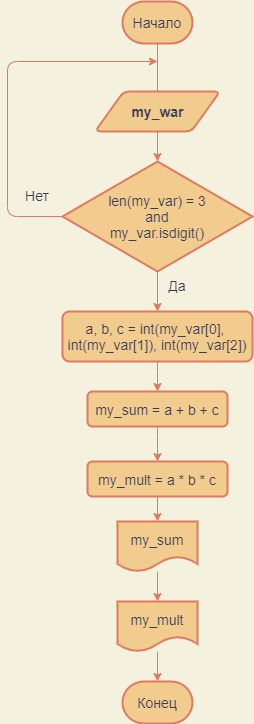
This is exercise_1.png from impreza555/Python_algorithms, a draw.io export, as it was before one commit. Source tidied: cells renumbered, new cells last; positions are measured from the earlier drawing's top-left corner, leaving out a move shared by most shapes. Source of this version:
```xml
<mxGraphModel background="#F4F1DE">
  <root>
    <mxCell id="0" />
    <mxCell id="1" parent="0" />
    <mxCell id="2" style="edgeStyle=orthogonalEdgeStyle;jettySize=auto;html=1;entryX=0.5;entryY=0;entryDx=0;entryDy=0;entryPerimeter=0;startArrow=none;labelBackgroundColor=#F4F1DE;strokeColor=#E07A5F;fontColor=#393C56;" parent="1" edge="1" source="7" target="6">
      <mxGeometry relative="1" as="geometry" />
    </mxCell>
    <mxCell id="3" value="&lt;font style=&quot;font-size: 14px&quot;&gt;Начало&lt;/font&gt;" style="strokeWidth=2;html=1;shape=mxgraph.flowchart.terminator;whiteSpace=wrap;rounded=1;fillColor=#F2CC8F;strokeColor=#E07A5F;fontColor=#393C56;" parent="1" vertex="1">
      <mxGeometry x="115" width="70" height="42" as="geometry" />
    </mxCell>
    <mxCell id="4" style="edgeStyle=orthogonalEdgeStyle;jettySize=auto;html=1;exitX=0;exitY=0.5;exitDx=0;exitDy=0;exitPerimeter=0;labelBackgroundColor=#F4F1DE;strokeColor=#E07A5F;fontColor=#393C56;" parent="1" edge="1" source="6">
      <mxGeometry relative="1" as="geometry">
        <mxPoint x="150" y="60" as="targetPoint" />
        <Array as="points">
          <mxPoint y="215" />
          <mxPoint y="60" />
        </Array>
      </mxGeometry>
    </mxCell>
    <mxCell id="5" style="edgeStyle=orthogonalEdgeStyle;jettySize=auto;html=1;labelBackgroundColor=#F4F1DE;strokeColor=#E07A5F;fontColor=#393C56;" parent="1" edge="1" source="6" target="11">
      <mxGeometry relative="1" as="geometry" />
    </mxCell>
    <mxCell id="6" value="&lt;font style=&quot;font-size: 14px&quot;&gt;len(my_var) = 3&lt;br&gt;and&lt;br&gt;my_var.isdigit()&lt;br&gt;&lt;/font&gt;" style="strokeWidth=2;html=1;shape=mxgraph.flowchart.decision;whiteSpace=wrap;fontSize=14;rounded=1;fillColor=#F2CC8F;strokeColor=#E07A5F;fontColor=#393C56;" parent="1" vertex="1">
      <mxGeometry x="55" y="160" width="190" height="110" as="geometry" />
    </mxCell>
    <mxCell id="7" value="&lt;font style=&quot;font-size: 14px&quot;&gt;&lt;b&gt;my_war&lt;/b&gt;&lt;/font&gt;" style="shape=parallelogram;html=1;strokeWidth=2;perimeter=parallelogramPerimeter;whiteSpace=wrap;arcSize=12;size=0.23;rounded=1;fillColor=#F2CC8F;strokeColor=#E07A5F;fontColor=#393C56;" parent="1" vertex="1">
      <mxGeometry x="87.5" y="90" width="125" height="40" as="geometry" />
    </mxCell>
    <mxCell id="8" style="edgeStyle=orthogonalEdgeStyle;jettySize=auto;html=1;entryX=0.5;entryY=0;entryDx=0;entryDy=0;entryPerimeter=0;endArrow=none;labelBackgroundColor=#F4F1DE;strokeColor=#E07A5F;fontColor=#393C56;" parent="1" edge="1" source="3" target="7">
      <mxGeometry relative="1" as="geometry" />
    </mxCell>
    <mxCell id="9" value="&lt;font style=&quot;font-size: 14px&quot;&gt;Нет&lt;/font&gt;" style="text;whiteSpace=wrap;html=1;align=center;rounded=1;fontColor=#393C56;" parent="1" vertex="1">
      <mxGeometry x="10" y="180" width="40" height="30" as="geometry" />
    </mxCell>
    <mxCell id="10" style="edgeStyle=orthogonalEdgeStyle;jettySize=auto;html=1;labelBackgroundColor=#F4F1DE;strokeColor=#E07A5F;fontColor=#393C56;" parent="1" edge="1" source="11" target="13">
      <mxGeometry relative="1" as="geometry" />
    </mxCell>
    <mxCell id="11" value="&lt;font style=&quot;font-size: 14px&quot;&gt;a, b, c = int(my_var[0],&amp;nbsp; int(my_var[1]), int(my_var[2])&lt;/font&gt;" style="whiteSpace=wrap;html=1;absoluteArcSize=1;arcSize=14;strokeWidth=2;align=center;rounded=1;fillColor=#F2CC8F;strokeColor=#E07A5F;fontColor=#393C56;" parent="1" vertex="1">
      <mxGeometry x="55" y="310" width="190" height="50" as="geometry" />
    </mxCell>
    <mxCell id="12" style="edgeStyle=orthogonalEdgeStyle;jettySize=auto;html=1;labelBackgroundColor=#F4F1DE;strokeColor=#E07A5F;fontColor=#393C56;" parent="1" edge="1" source="13" target="16">
      <mxGeometry relative="1" as="geometry" />
    </mxCell>
    <mxCell id="13" value="&lt;font style=&quot;font-size: 14px&quot;&gt;my_sum = a + b + c&lt;/font&gt;" style="whiteSpace=wrap;html=1;strokeWidth=2;arcSize=14;rounded=1;fillColor=#F2CC8F;strokeColor=#E07A5F;fontColor=#393C56;" parent="1" vertex="1">
      <mxGeometry x="80" y="390" width="140" height="35" as="geometry" />
    </mxCell>
    <mxCell id="14" value="&lt;span style=&quot;font-size: 14px&quot;&gt;Да&lt;/span&gt;" style="text;whiteSpace=wrap;html=1;align=center;rounded=1;fontColor=#393C56;" parent="1" vertex="1">
      <mxGeometry x="150" y="270" width="40" height="30" as="geometry" />
    </mxCell>
    <mxCell id="15" style="edgeStyle=orthogonalEdgeStyle;jettySize=auto;html=1;labelBackgroundColor=#F4F1DE;strokeColor=#E07A5F;fontColor=#393C56;" parent="1" edge="1" source="16" target="18">
      <mxGeometry relative="1" as="geometry" />
    </mxCell>
    <mxCell id="16" value="&lt;font style=&quot;font-size: 14px&quot;&gt;my_mult = a * b * c&lt;/font&gt;" style="whiteSpace=wrap;html=1;strokeWidth=2;arcSize=14;rounded=1;fillColor=#F2CC8F;strokeColor=#E07A5F;fontColor=#393C56;" parent="1" vertex="1">
      <mxGeometry x="80" y="460" width="140" height="35" as="geometry" />
    </mxCell>
    <mxCell id="17" style="edgeStyle=orthogonalEdgeStyle;jettySize=auto;html=1;labelBackgroundColor=#F4F1DE;strokeColor=#E07A5F;fontColor=#393C56;" parent="1" edge="1" source="18" target="20">
      <mxGeometry relative="1" as="geometry" />
    </mxCell>
    <mxCell id="18" value="&lt;font style=&quot;font-size: 14px&quot;&gt;my_sum&lt;/font&gt;" style="shape=document;whiteSpace=wrap;html=1;boundedLbl=1;strokeWidth=2;arcSize=14;rounded=1;fillColor=#F2CC8F;strokeColor=#E07A5F;fontColor=#393C56;" parent="1" vertex="1">
      <mxGeometry x="110" y="520" width="80" height="50" as="geometry" />
    </mxCell>
    <mxCell id="19" style="edgeStyle=orthogonalEdgeStyle;jettySize=auto;html=1;labelBackgroundColor=#F4F1DE;strokeColor=#E07A5F;fontColor=#393C56;" parent="1" edge="1" source="20" target="21">
      <mxGeometry relative="1" as="geometry" />
    </mxCell>
    <mxCell id="20" value="&lt;font style=&quot;font-size: 14px&quot;&gt;my_mult&lt;/font&gt;" style="shape=document;whiteSpace=wrap;html=1;boundedLbl=1;strokeWidth=2;arcSize=14;rounded=1;fillColor=#F2CC8F;strokeColor=#E07A5F;fontColor=#393C56;" parent="1" vertex="1">
      <mxGeometry x="110" y="600" width="80" height="50" as="geometry" />
    </mxCell>
    <mxCell id="21" value="&lt;span style=&quot;font-size: 14px&quot;&gt;Конец&lt;/span&gt;" style="strokeWidth=2;html=1;shape=mxgraph.flowchart.terminator;whiteSpace=wrap;rounded=1;fillColor=#F2CC8F;strokeColor=#E07A5F;fontColor=#393C56;" parent="1" vertex="1">
      <mxGeometry x="115" y="680" width="70" height="42" as="geometry" />
    </mxCell>
  </root>
</mxGraphModel>
```
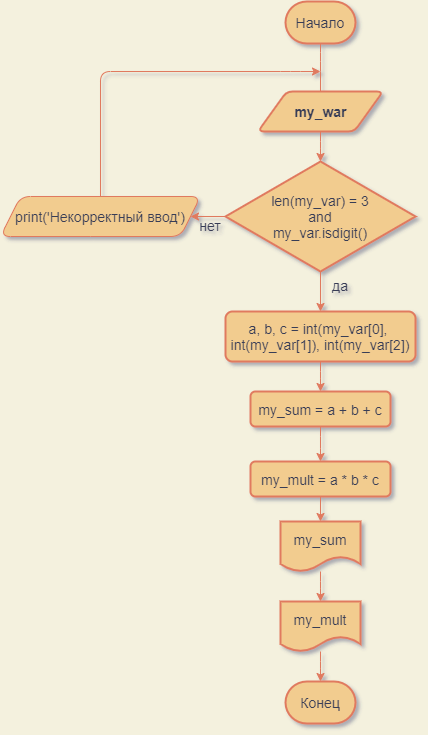
After the change.

Change to the diagram source:
```diff
@@ -1,72 +1,83 @@
 <mxGraphModel background="#F4F1DE">
   <root>
-    <mxCell id="0" />
-    <mxCell id="1" parent="0" />
+    <mxCell id="22" />
+    <mxCell id="23" parent="22" />
-    <mxCell id="2" style="edgeStyle=orthogonalEdgeStyle;jettySize=auto;html=1;entryX=0.5;entryY=0;entryDx=0;entryDy=0;entryPerimeter=0;startArrow=none;labelBackgroundColor=#F4F1DE;strokeColor=#E07A5F;fontColor=#393C56;" parent="1" edge="1" source="7" target="6">
+    <mxCell id="2" style="edgeStyle=orthogonalEdgeStyle;jettySize=auto;html=1;entryX=0.5;entryY=0;entryDx=0;entryDy=0;entryPerimeter=0;startArrow=none;fontColor=#393C56;fillColor=#F2CC8F;strokeColor=#E07A5F;labelBackgroundColor=#F4F1DE;" parent="23" edge="1" source="7" target="6">
       <mxGeometry relative="1" as="geometry" />
     </mxCell>
-    <mxCell id="3" value="&lt;font style=&quot;font-size: 14px&quot;&gt;Начало&lt;/font&gt;" style="strokeWidth=2;html=1;shape=mxgraph.flowchart.terminator;whiteSpace=wrap;rounded=1;fillColor=#F2CC8F;strokeColor=#E07A5F;fontColor=#393C56;" parent="1" vertex="1">
+    <mxCell id="3" value="&lt;font style=&quot;font-size: 14px&quot;&gt;Начало&lt;/font&gt;" style="strokeWidth=2;html=1;shape=mxgraph.flowchart.terminator;whiteSpace=wrap;fillColor=#F2CC8F;strokeColor=#E07A5F;fontColor=#393C56;rounded=1;" parent="23" vertex="1">
       <mxGeometry x="115" width="70" height="42" as="geometry" />
     </mxCell>
-    <mxCell id="4" style="edgeStyle=orthogonalEdgeStyle;jettySize=auto;html=1;exitX=0;exitY=0.5;exitDx=0;exitDy=0;exitPerimeter=0;labelBackgroundColor=#F4F1DE;strokeColor=#E07A5F;fontColor=#393C56;" parent="1" edge="1" source="6">
-      <mxGeometry relative="1" as="geometry">
-        <mxPoint x="150" y="60" as="targetPoint" />
-        <Array as="points">
-          <mxPoint y="215" />
-          <mxPoint y="60" />
-        </Array>
-      </mxGeometry>
-    </mxCell>
-    <mxCell id="5" style="edgeStyle=orthogonalEdgeStyle;jettySize=auto;html=1;labelBackgroundColor=#F4F1DE;strokeColor=#E07A5F;fontColor=#393C56;" parent="1" edge="1" source="6" target="11">
+    <mxCell id="5" style="edgeStyle=orthogonalEdgeStyle;jettySize=auto;html=1;fontColor=#393C56;fillColor=#F2CC8F;strokeColor=#E07A5F;labelBackgroundColor=#F4F1DE;" parent="23" edge="1" source="6" target="11">
       <mxGeometry relative="1" as="geometry" />
     </mxCell>
+    <mxCell id="24" style="edgeStyle=orthogonalEdgeStyle;jettySize=auto;html=1;fillColor=#F2CC8F;strokeColor=#E07A5F;labelBackgroundColor=#F4F1DE;fontColor=#393C56;" parent="23" edge="1" source="6" target="28">
+      <mxGeometry relative="1" as="geometry" />
+    </mxCell>
-    <mxCell id="6" value="&lt;font style=&quot;font-size: 14px&quot;&gt;len(my_var) = 3&lt;br&gt;and&lt;br&gt;my_var.isdigit()&lt;br&gt;&lt;/font&gt;" style="strokeWidth=2;html=1;shape=mxgraph.flowchart.decision;whiteSpace=wrap;fontSize=14;rounded=1;fillColor=#F2CC8F;strokeColor=#E07A5F;fontColor=#393C56;" parent="1" vertex="1">
+    <mxCell id="6" value="&lt;font style=&quot;font-size: 14px&quot;&gt;len(my_var) = 3&lt;br&gt;and&lt;br&gt;my_var.isdigit()&lt;br&gt;&lt;/font&gt;" style="strokeWidth=2;html=1;shape=mxgraph.flowchart.decision;whiteSpace=wrap;fontSize=14;fillColor=#F2CC8F;strokeColor=#E07A5F;fontColor=#393C56;rounded=1;" parent="23" vertex="1">
       <mxGeometry x="55" y="160" width="190" height="110" as="geometry" />
     </mxCell>
-    <mxCell id="7" value="&lt;font style=&quot;font-size: 14px&quot;&gt;&lt;b&gt;my_war&lt;/b&gt;&lt;/font&gt;" style="shape=parallelogram;html=1;strokeWidth=2;perimeter=parallelogramPerimeter;whiteSpace=wrap;arcSize=12;size=0.23;rounded=1;fillColor=#F2CC8F;strokeColor=#E07A5F;fontColor=#393C56;" parent="1" vertex="1">
+    <mxCell id="7" value="&lt;font style=&quot;font-size: 14px&quot;&gt;&lt;b&gt;my_war&lt;/b&gt;&lt;/font&gt;" style="shape=parallelogram;html=1;strokeWidth=2;perimeter=parallelogramPerimeter;whiteSpace=wrap;arcSize=12;size=0.23;fillColor=#F2CC8F;strokeColor=#E07A5F;fontColor=#393C56;rounded=1;" parent="23" vertex="1">
       <mxGeometry x="87.5" y="90" width="125" height="40" as="geometry" />
     </mxCell>
-    <mxCell id="8" style="edgeStyle=orthogonalEdgeStyle;jettySize=auto;html=1;entryX=0.5;entryY=0;entryDx=0;entryDy=0;entryPerimeter=0;endArrow=none;labelBackgroundColor=#F4F1DE;strokeColor=#E07A5F;fontColor=#393C56;" parent="1" edge="1" source="3" target="7">
-      <mxGeometry relative="1" as="geometry" />
+    <mxCell id="8" style="edgeStyle=orthogonalEdgeStyle;jettySize=auto;html=1;entryX=0.5;entryY=0;entryDx=0;entryDy=0;entryPerimeter=0;endArrow=none;fontColor=#393C56;fillColor=#F2CC8F;strokeColor=#E07A5F;labelBackgroundColor=#F4F1DE;" parent="23" edge="1" source="3" target="7">
+      <mxGeometry relative="1" as="geometry">
+        <Array as="points">
+          <mxPoint x="150" y="60" />
+          <mxPoint x="150" y="60" />
+        </Array>
+      </mxGeometry>
     </mxCell>
-    <mxCell id="9" value="&lt;font style=&quot;font-size: 14px&quot;&gt;Нет&lt;/font&gt;" style="text;whiteSpace=wrap;html=1;align=center;rounded=1;fontColor=#393C56;" parent="1" vertex="1">
-      <mxGeometry x="10" y="180" width="40" height="30" as="geometry" />
-    </mxCell>
+    <mxCell id="25" value="&lt;font style=&quot;font-size: 14px&quot;&gt;нет&lt;/font&gt;" style="text;whiteSpace=wrap;html=1;align=center;fontColor=#393C56;rounded=1;" parent="23" vertex="1">
+      <mxGeometry x="20" y="210" width="40" height="30" as="geometry" />
+    </mxCell>
-    <mxCell id="10" style="edgeStyle=orthogonalEdgeStyle;jettySize=auto;html=1;labelBackgroundColor=#F4F1DE;strokeColor=#E07A5F;fontColor=#393C56;" parent="1" edge="1" source="11" target="13">
+    <mxCell id="10" style="edgeStyle=orthogonalEdgeStyle;jettySize=auto;html=1;fontColor=#393C56;fillColor=#F2CC8F;strokeColor=#E07A5F;labelBackgroundColor=#F4F1DE;" parent="23" edge="1" source="11" target="13">
       <mxGeometry relative="1" as="geometry" />
     </mxCell>
-    <mxCell id="11" value="&lt;font style=&quot;font-size: 14px&quot;&gt;a, b, c = int(my_var[0],&amp;nbsp; int(my_var[1]), int(my_var[2])&lt;/font&gt;" style="whiteSpace=wrap;html=1;absoluteArcSize=1;arcSize=14;strokeWidth=2;align=center;rounded=1;fillColor=#F2CC8F;strokeColor=#E07A5F;fontColor=#393C56;" parent="1" vertex="1">
+    <mxCell id="11" value="&lt;font style=&quot;font-size: 14px&quot;&gt;a, b, c = int(my_var[0],&amp;nbsp; int(my_var[1]), int(my_var[2])&lt;/font&gt;" style="whiteSpace=wrap;html=1;absoluteArcSize=1;arcSize=14;strokeWidth=2;align=center;fillColor=#F2CC8F;strokeColor=#E07A5F;fontColor=#393C56;rounded=1;" parent="23" vertex="1">
       <mxGeometry x="55" y="310" width="190" height="50" as="geometry" />
     </mxCell>
-    <mxCell id="12" style="edgeStyle=orthogonalEdgeStyle;jettySize=auto;html=1;labelBackgroundColor=#F4F1DE;strokeColor=#E07A5F;fontColor=#393C56;" parent="1" edge="1" source="13" target="16">
+    <mxCell id="12" style="edgeStyle=orthogonalEdgeStyle;jettySize=auto;html=1;fontColor=#393C56;fillColor=#F2CC8F;strokeColor=#E07A5F;labelBackgroundColor=#F4F1DE;" parent="23" edge="1" source="13" target="16">
       <mxGeometry relative="1" as="geometry" />
     </mxCell>
-    <mxCell id="13" value="&lt;font style=&quot;font-size: 14px&quot;&gt;my_sum = a + b + c&lt;/font&gt;" style="whiteSpace=wrap;html=1;strokeWidth=2;arcSize=14;rounded=1;fillColor=#F2CC8F;strokeColor=#E07A5F;fontColor=#393C56;" parent="1" vertex="1">
+    <mxCell id="13" value="&lt;font style=&quot;font-size: 14px&quot;&gt;my_sum = a + b + c&lt;/font&gt;" style="whiteSpace=wrap;html=1;strokeWidth=2;arcSize=14;fillColor=#F2CC8F;strokeColor=#E07A5F;fontColor=#393C56;rounded=1;" parent="23" vertex="1">
       <mxGeometry x="80" y="390" width="140" height="35" as="geometry" />
     </mxCell>
-    <mxCell id="14" value="&lt;span style=&quot;font-size: 14px&quot;&gt;Да&lt;/span&gt;" style="text;whiteSpace=wrap;html=1;align=center;rounded=1;fontColor=#393C56;" parent="1" vertex="1">
-      <mxGeometry x="150" y="270" width="40" height="30" as="geometry" />
-    </mxCell>
+    <mxCell id="26" value="&lt;span style=&quot;font-size: 14px&quot;&gt;да&lt;/span&gt;" style="text;whiteSpace=wrap;html=1;align=center;fontColor=#393C56;rounded=1;" parent="23" vertex="1">
+      <mxGeometry x="150" y="270" width="40" height="30" as="geometry" />
+    </mxCell>
-    <mxCell id="15" style="edgeStyle=orthogonalEdgeStyle;jettySize=auto;html=1;labelBackgroundColor=#F4F1DE;strokeColor=#E07A5F;fontColor=#393C56;" parent="1" edge="1" source="16" target="18">
+    <mxCell id="15" style="edgeStyle=orthogonalEdgeStyle;jettySize=auto;html=1;fontColor=#393C56;fillColor=#F2CC8F;strokeColor=#E07A5F;labelBackgroundColor=#F4F1DE;" parent="23" edge="1" source="16" target="18">
       <mxGeometry relative="1" as="geometry" />
     </mxCell>
-    <mxCell id="16" value="&lt;font style=&quot;font-size: 14px&quot;&gt;my_mult = a * b * c&lt;/font&gt;" style="whiteSpace=wrap;html=1;strokeWidth=2;arcSize=14;rounded=1;fillColor=#F2CC8F;strokeColor=#E07A5F;fontColor=#393C56;" parent="1" vertex="1">
+    <mxCell id="16" value="&lt;font style=&quot;font-size: 14px&quot;&gt;my_mult = a * b * c&lt;/font&gt;" style="whiteSpace=wrap;html=1;strokeWidth=2;arcSize=14;fillColor=#F2CC8F;strokeColor=#E07A5F;fontColor=#393C56;rounded=1;" parent="23" vertex="1">
       <mxGeometry x="80" y="460" width="140" height="35" as="geometry" />
     </mxCell>
-    <mxCell id="17" style="edgeStyle=orthogonalEdgeStyle;jettySize=auto;html=1;labelBackgroundColor=#F4F1DE;strokeColor=#E07A5F;fontColor=#393C56;" parent="1" edge="1" source="18" target="20">
+    <mxCell id="17" style="edgeStyle=orthogonalEdgeStyle;jettySize=auto;html=1;fontColor=#393C56;fillColor=#F2CC8F;strokeColor=#E07A5F;labelBackgroundColor=#F4F1DE;" parent="23" edge="1" source="18" target="20">
       <mxGeometry relative="1" as="geometry" />
     </mxCell>
-    <mxCell id="18" value="&lt;font style=&quot;font-size: 14px&quot;&gt;my_sum&lt;/font&gt;" style="shape=document;whiteSpace=wrap;html=1;boundedLbl=1;strokeWidth=2;arcSize=14;rounded=1;fillColor=#F2CC8F;strokeColor=#E07A5F;fontColor=#393C56;" parent="1" vertex="1">
+    <mxCell id="18" value="&lt;font style=&quot;font-size: 14px&quot;&gt;my_sum&lt;/font&gt;" style="shape=document;whiteSpace=wrap;html=1;boundedLbl=1;strokeWidth=2;arcSize=14;fillColor=#F2CC8F;strokeColor=#E07A5F;fontColor=#393C56;rounded=1;" parent="23" vertex="1">
       <mxGeometry x="110" y="520" width="80" height="50" as="geometry" />
     </mxCell>
-    <mxCell id="19" style="edgeStyle=orthogonalEdgeStyle;jettySize=auto;html=1;labelBackgroundColor=#F4F1DE;strokeColor=#E07A5F;fontColor=#393C56;" parent="1" edge="1" source="20" target="21">
+    <mxCell id="19" style="edgeStyle=orthogonalEdgeStyle;jettySize=auto;html=1;fontColor=#393C56;fillColor=#F2CC8F;strokeColor=#E07A5F;labelBackgroundColor=#F4F1DE;" parent="23" edge="1" source="20" target="21">
       <mxGeometry relative="1" as="geometry" />
     </mxCell>
-    <mxCell id="20" value="&lt;font style=&quot;font-size: 14px&quot;&gt;my_mult&lt;/font&gt;" style="shape=document;whiteSpace=wrap;html=1;boundedLbl=1;strokeWidth=2;arcSize=14;rounded=1;fillColor=#F2CC8F;strokeColor=#E07A5F;fontColor=#393C56;" parent="1" vertex="1">
+    <mxCell id="20" value="&lt;font style=&quot;font-size: 14px&quot;&gt;my_mult&lt;/font&gt;" style="shape=document;whiteSpace=wrap;html=1;boundedLbl=1;strokeWidth=2;arcSize=14;fillColor=#F2CC8F;strokeColor=#E07A5F;fontColor=#393C56;rounded=1;" parent="23" vertex="1">
       <mxGeometry x="110" y="600" width="80" height="50" as="geometry" />
     </mxCell>
-    <mxCell id="21" value="&lt;span style=&quot;font-size: 14px&quot;&gt;Конец&lt;/span&gt;" style="strokeWidth=2;html=1;shape=mxgraph.flowchart.terminator;whiteSpace=wrap;rounded=1;fillColor=#F2CC8F;strokeColor=#E07A5F;fontColor=#393C56;" parent="1" vertex="1">
+    <mxCell id="21" value="&lt;span style=&quot;font-size: 14px&quot;&gt;Конец&lt;/span&gt;" style="strokeWidth=2;html=1;shape=mxgraph.flowchart.terminator;whiteSpace=wrap;fillColor=#F2CC8F;strokeColor=#E07A5F;fontColor=#393C56;rounded=1;" parent="23" vertex="1">
       <mxGeometry x="115" y="680" width="70" height="42" as="geometry" />
     </mxCell>
+    <mxCell id="27" style="edgeStyle=orthogonalEdgeStyle;jettySize=auto;html=1;fillColor=#F2CC8F;strokeColor=#E07A5F;labelBackgroundColor=#F4F1DE;fontColor=#393C56;" parent="23" edge="1" source="28">
+      <mxGeometry relative="1" as="geometry">
+        <mxPoint x="150" y="70" as="targetPoint" />
+        <Array as="points">
+          <mxPoint x="-70" y="70" />
+          <mxPoint x="120" y="70" />
+        </Array>
+      </mxGeometry>
+    </mxCell>
+    <mxCell id="28" value="&lt;font style=&quot;font-size: 14px&quot;&gt;print('Некорректный ввод')&lt;/font&gt;" style="shape=parallelogram;perimeter=parallelogramPerimeter;whiteSpace=wrap;html=1;fixedSize=1;fillColor=#F2CC8F;strokeColor=#E07A5F;fontColor=#393C56;rounded=1;" parent="23" vertex="1">
+      <mxGeometry x="-170" y="195" width="200" height="40" as="geometry" />
+    </mxCell>
   </root>
 </mxGraphModel>
```
